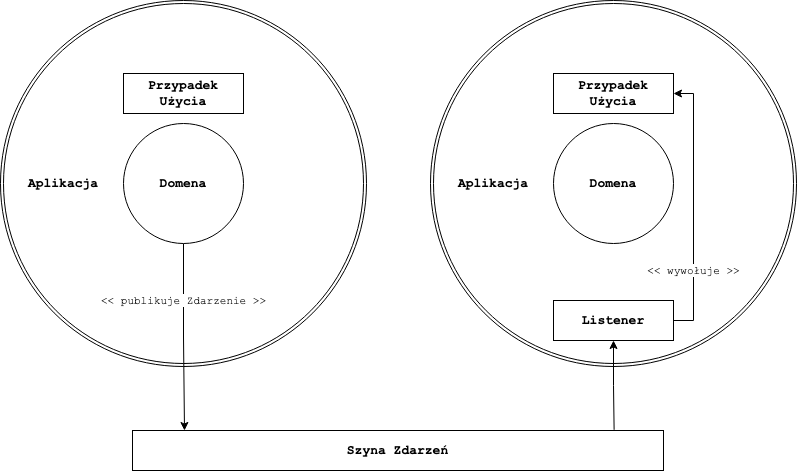
Above: diagrams/9_3_modularity.drawio.png in Enforcer/implementing-the-clean-architecture (draw.io), before the change. Source tidied: cells renumbered, new cells last; positions are measured from the earlier drawing's top-left corner, leaving out a move shared by most shapes.
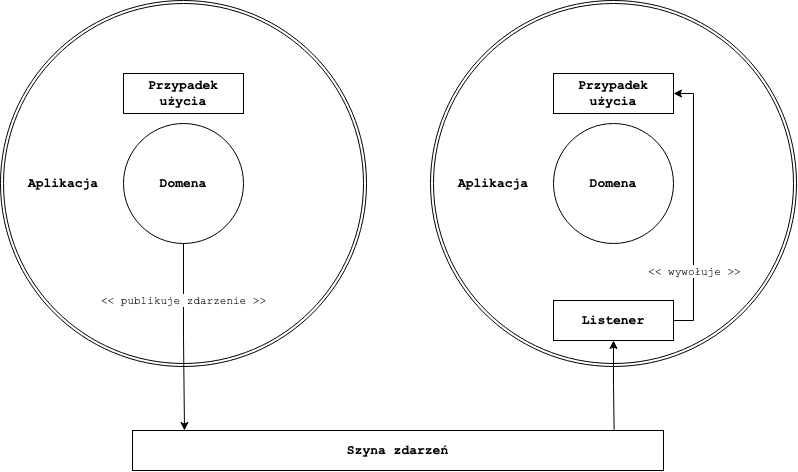
After the change.

What changed in the source:
```diff
@@ -17,9 +17,13 @@
     <mxCell id="6" style="edgeStyle=orthogonalEdgeStyle;rounded=0;jettySize=auto;html=1;exitX=0.5;exitY=1;exitDx=0;exitDy=0;fontFamily=Courier New;fontSize=11;endArrow=classic;endFill=1;" parent="1" edge="1" source="8">
       <mxGeometry relative="1" as="geometry">
         <mxPoint x="184" y="430" as="targetPoint" />
+        <Array as="points">
+          <mxPoint x="183" y="337" />
+          <mxPoint x="184" y="337" />
+        </Array>
       </mxGeometry>
     </mxCell>
-    <mxCell id="7" value="&amp;lt;&amp;lt; publikuje Zdarzenie &amp;gt;&amp;gt;" style="edgeLabel;html=1;align=center;verticalAlign=middle;fontSize=11;fontFamily=Courier New;" parent="6" vertex="1">
+    <mxCell id="7" value="&amp;lt;&amp;lt; publikuje zdarzenie &amp;gt;&amp;gt;" style="edgeLabel;html=1;align=center;verticalAlign=middle;fontSize=11;fontFamily=Courier New;" parent="6" vertex="1">
       <mxGeometry x="0.06" y="-3" relative="1" as="geometry">
         <mxPoint x="2" y="-42" as="offset" />
       </mxGeometry>
@@ -30,10 +34,10 @@
     <mxCell id="9" style="ellipse;whiteSpace=wrap;html=1;" parent="1" vertex="1">
       <mxGeometry x="553" y="123" width="120" height="120" as="geometry" />
     </mxCell>
-    <mxCell id="10" value="&lt;font style=&quot;font-size: 13px&quot; face=&quot;Courier New&quot;&gt;&lt;b&gt;Przypadek Użycia&lt;br&gt;&lt;/b&gt;&lt;/font&gt;" style="rounded=0;whiteSpace=wrap;html=1;fontStyle=0;" parent="1" vertex="1">
+    <mxCell id="10" value="&lt;font style=&quot;font-size: 13px&quot; face=&quot;Courier New&quot;&gt;&lt;b&gt;Przypadek użycia&lt;br&gt;&lt;/b&gt;&lt;/font&gt;" style="rounded=0;whiteSpace=wrap;html=1;fontStyle=0;" parent="1" vertex="1">
       <mxGeometry x="123" y="73" width="120" height="40" as="geometry" />
     </mxCell>
-    <mxCell id="11" value="&lt;font style=&quot;font-size: 13px&quot; face=&quot;Courier New&quot;&gt;&lt;b&gt;Przypadek Użycia&lt;br&gt;&lt;/b&gt;&lt;/font&gt;" style="rounded=0;whiteSpace=wrap;html=1;fontStyle=0;" parent="1" vertex="1">
+    <mxCell id="11" value="&lt;font style=&quot;font-size: 13px&quot; face=&quot;Courier New&quot;&gt;&lt;b&gt;Przypadek użycia&lt;br&gt;&lt;/b&gt;&lt;/font&gt;" style="rounded=0;whiteSpace=wrap;html=1;fontStyle=0;" parent="1" vertex="1">
       <mxGeometry x="553" y="73" width="120" height="40" as="geometry" />
     </mxCell>
     <mxCell id="12" style="edgeStyle=orthogonalEdgeStyle;rounded=0;jettySize=auto;html=1;exitX=0.5;exitY=1;exitDx=0;exitDy=0;entryX=0.907;entryY=-0.017;entryDx=0;entryDy=0;entryPerimeter=0;fontFamily=Courier New;fontSize=11;endArrow=none;endFill=0;startArrow=classic;startFill=1;" parent="1" edge="1" source="15" target="20">
@@ -62,7 +66,7 @@
     <mxCell id="19" value="&lt;font style=&quot;font-size: 13px&quot; face=&quot;Courier New&quot;&gt;&lt;b&gt;Domena&lt;/b&gt;&lt;/font&gt;" style="text;html=1;strokeColor=none;fillColor=none;align=center;verticalAlign=middle;whiteSpace=wrap;rounded=0;" parent="1" vertex="1">
       <mxGeometry x="163" y="173" width="40" height="20" as="geometry" />
     </mxCell>
-    <mxCell id="20" value="&lt;font style=&quot;font-size: 13px&quot; face=&quot;Courier New&quot;&gt;&lt;b&gt;Szyna Zdarzeń&lt;br&gt;&lt;/b&gt;&lt;/font&gt;" style="rounded=0;whiteSpace=wrap;html=1;fontStyle=0;" parent="1" vertex="1">
+    <mxCell id="20" value="&lt;font style=&quot;font-size: 13px&quot; face=&quot;Courier New&quot;&gt;&lt;b&gt;Szyna zdarzeń&lt;br&gt;&lt;/b&gt;&lt;/font&gt;" style="rounded=0;whiteSpace=wrap;html=1;fontStyle=0;" parent="1" vertex="1">
       <mxGeometry x="132" y="430" width="531" height="40" as="geometry" />
     </mxCell>
   </root>
```
